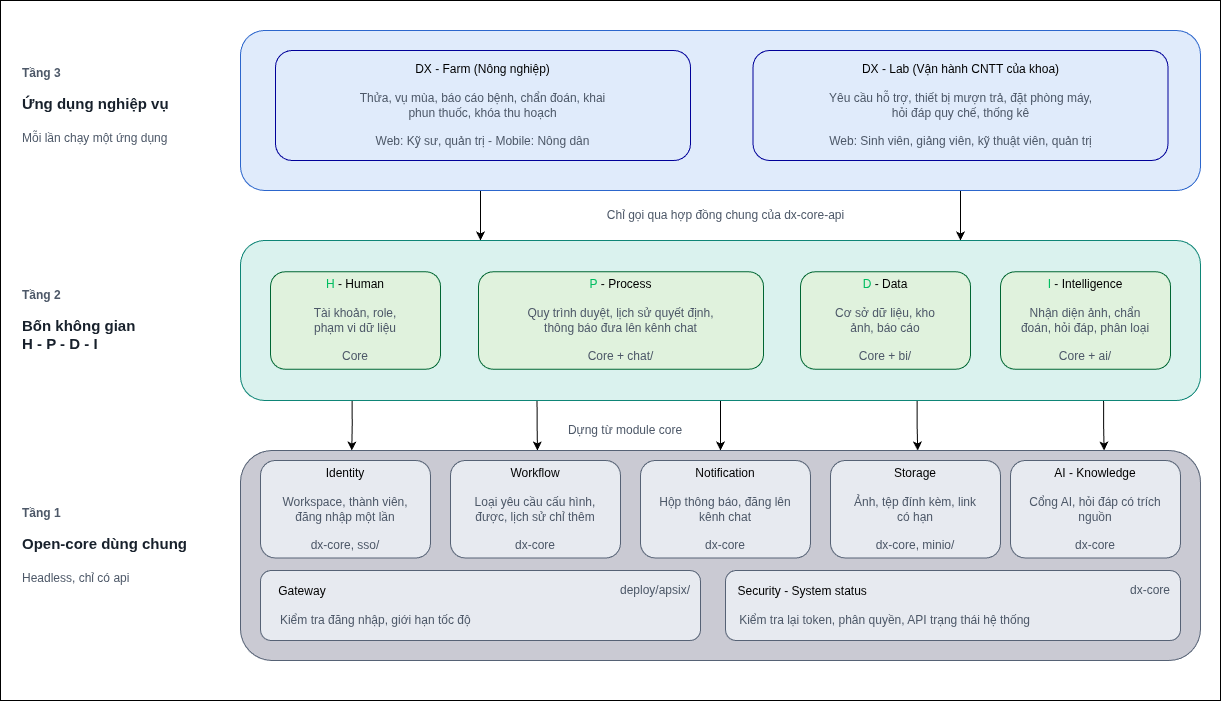
Before: docs/images/so_do_3_tang.png, a diagram exported from draw.io (HaUI-ImplSolution/DX-OS). Source tidied: cells renumbered, new cells last; positions are measured from the earlier drawing's top-left corner, leaving out a move shared by most shapes. Source of this version:
```xml
<mxGraphModel>
  <root>
    <mxCell id="0" />
    <mxCell id="1" parent="0" />
    <mxCell id="2" style="rounded=0;whiteSpace=wrap;html=1;" parent="1" vertex="1">
      <mxGeometry width="1220" height="700" as="geometry" />
    </mxCell>
    <mxCell id="3" style="edgeStyle=orthogonalEdgeStyle;rounded=0;jettySize=auto;html=1;entryX=0.25;entryY=0;entryDx=0;entryDy=0;exitX=0.25;exitY=1;exitDx=0;exitDy=0;" parent="1" edge="1" source="5" target="11">
      <mxGeometry relative="1" as="geometry" />
    </mxCell>
    <mxCell id="4" style="edgeStyle=orthogonalEdgeStyle;rounded=0;jettySize=auto;html=1;entryX=0.75;entryY=0;entryDx=0;entryDy=0;exitX=0.75;exitY=1;exitDx=0;exitDy=0;" parent="1" edge="1" source="5" target="11">
      <mxGeometry relative="1" as="geometry" />
    </mxCell>
    <mxCell id="5" style="rounded=1;whiteSpace=wrap;html=1;roundedPerimeter=1;fillColor=#E0EBFB;strokeColor=#2C66CC;" parent="1" vertex="1">
      <mxGeometry x="240" y="30" width="960" height="160" as="geometry" />
    </mxCell>
    <mxCell id="6" style="edgeStyle=orthogonalEdgeStyle;rounded=0;jettySize=auto;html=1;entryX=0.119;entryY=0.004;entryDx=0;entryDy=0;exitX=0.114;exitY=1.003;exitDx=0;exitDy=0;" parent="1" edge="1" source="11" target="12">
      <mxGeometry relative="1" as="geometry" />
    </mxCell>
    <mxCell id="7" style="edgeStyle=orthogonalEdgeStyle;rounded=0;jettySize=auto;html=1;entryX=0.312;entryY=0.007;entryDx=0;entryDy=0;exitX=0.307;exitY=1.005;exitDx=0;exitDy=0;" parent="1" edge="1" source="11" target="12">
      <mxGeometry relative="1" as="geometry" />
    </mxCell>
    <mxCell id="8" style="edgeStyle=orthogonalEdgeStyle;rounded=0;jettySize=auto;html=1;entryX=0.5;entryY=0;entryDx=0;entryDy=0;" parent="1" edge="1" source="11" target="12">
      <mxGeometry relative="1" as="geometry" />
    </mxCell>
    <mxCell id="9" style="edgeStyle=orthogonalEdgeStyle;rounded=0;jettySize=auto;html=1;entryX=0.705;entryY=0.001;entryDx=0;entryDy=0;exitX=0.706;exitY=1.003;exitDx=0;exitDy=0;" parent="1" edge="1" source="11" target="12">
      <mxGeometry relative="1" as="geometry" />
    </mxCell>
    <mxCell id="10" style="edgeStyle=orthogonalEdgeStyle;rounded=0;jettySize=auto;html=1;entryX=0.898;entryY=0.002;entryDx=0;entryDy=0;exitX=0.907;exitY=1.01;exitDx=0;exitDy=0;" parent="1" edge="1" source="11" target="12">
      <mxGeometry relative="1" as="geometry" />
    </mxCell>
    <mxCell id="11" style="rounded=1;whiteSpace=wrap;html=1;roundedPerimeter=1;fillColor=#DAF2EE;strokeColor=#0E8576;" parent="1" vertex="1">
      <mxGeometry x="240" y="240" width="960" height="160" as="geometry" />
    </mxCell>
    <mxCell id="12" style="rounded=1;whiteSpace=wrap;html=1;roundedPerimeter=1;fillColor=#CACAD3;strokeColor=#566275;" parent="1" vertex="1">
      <mxGeometry x="240" y="450" width="960" height="210" as="geometry" />
    </mxCell>
    <mxCell id="13" value="DX - Farm (Nông nghiệp)&lt;br&gt;&lt;div&gt;&lt;br&gt;&lt;div&gt;&lt;font color=&quot;#4d5868&quot;&gt;Thửa, vụ mùa, báo cáo bệnh, chẩn đoán, khai&lt;/font&gt;&lt;/div&gt;&lt;/div&gt;&lt;div&gt;&lt;font color=&quot;#4d5868&quot;&gt;phun thuốc, khóa thu hoạch&lt;/font&gt;&lt;/div&gt;&lt;div&gt;&lt;font color=&quot;#4d5868&quot;&gt;&lt;br&gt;&lt;/font&gt;&lt;/div&gt;&lt;div&gt;&lt;font color=&quot;#4d5868&quot;&gt;Web: Kỹ sư, quản trị - Mobile: Nông dân&lt;/font&gt;&lt;/div&gt;" style="rounded=1;whiteSpace=wrap;html=1;roundedPerimeter=1;strokeColor=#000099;fillColor=#E0EBFB;" parent="1" vertex="1">
      <mxGeometry x="275" y="50" width="415" height="110" as="geometry" />
    </mxCell>
    <mxCell id="14" value="DX - Lab (Vận hành CNTT của khoa)&lt;br&gt;&lt;div&gt;&lt;br&gt;&lt;div&gt;&lt;font color=&quot;#4d5868&quot;&gt;Yêu cầu hỗ trợ, thiết bị mượn trả, đặt phòng máy,&lt;/font&gt;&lt;/div&gt;&lt;/div&gt;&lt;div&gt;&lt;font color=&quot;#4d5868&quot;&gt;hỏi đáp quy chế, thống kê&lt;/font&gt;&lt;/div&gt;&lt;div&gt;&lt;font color=&quot;#4d5868&quot;&gt;&lt;br&gt;&lt;/font&gt;&lt;/div&gt;&lt;div&gt;&lt;font color=&quot;#4d5868&quot;&gt;Web: Sinh viên, giảng viên, kỹ thuật viên, quản trị&lt;/font&gt;&lt;/div&gt;" style="rounded=1;whiteSpace=wrap;html=1;roundedPerimeter=1;strokeColor=#000099;fillColor=#E0EBFB;" parent="1" vertex="1">
      <mxGeometry x="752.5" y="50" width="415" height="110" as="geometry" />
    </mxCell>
    <mxCell id="15" value="&lt;span style=&quot;color: rgb(0, 189, 96);&quot;&gt;H &lt;/span&gt;- Human&lt;br&gt;&lt;div&gt;&lt;br&gt;&lt;div&gt;&lt;font color=&quot;#4d5868&quot;&gt;Tài khoản, role,&lt;/font&gt;&lt;/div&gt;&lt;/div&gt;&lt;div&gt;&lt;font color=&quot;#4d5868&quot;&gt;phạm vi dữ liệu&lt;/font&gt;&lt;/div&gt;&lt;div&gt;&lt;font color=&quot;#4d5868&quot;&gt;&lt;br&gt;&lt;/font&gt;&lt;/div&gt;&lt;div&gt;&lt;font color=&quot;#4d5868&quot;&gt;Core&lt;/font&gt;&lt;/div&gt;" style="rounded=1;whiteSpace=wrap;html=1;roundedPerimeter=1;strokeColor=#006633;fillColor=#E0F2DD;" parent="1" vertex="1">
      <mxGeometry x="270" y="271.2" width="170" height="97.5" as="geometry" />
    </mxCell>
    <mxCell id="16" value="&lt;span style=&quot;color: rgb(0, 189, 96);&quot;&gt;P&amp;nbsp;&lt;/span&gt;- Process&lt;br&gt;&lt;div&gt;&lt;br&gt;&lt;div&gt;&lt;font color=&quot;#4d5868&quot;&gt;Quy trình duyệt, lịch sử quyết định,&lt;/font&gt;&lt;/div&gt;&lt;/div&gt;&lt;div&gt;&lt;font color=&quot;#4d5868&quot;&gt;thông báo đưa lên kênh chat&lt;/font&gt;&lt;/div&gt;&lt;div&gt;&lt;font color=&quot;#4d5868&quot;&gt;&lt;br&gt;&lt;/font&gt;&lt;/div&gt;&lt;div&gt;&lt;font color=&quot;#4d5868&quot;&gt;Core + chat/&lt;/font&gt;&lt;/div&gt;" style="rounded=1;whiteSpace=wrap;html=1;roundedPerimeter=1;strokeColor=#006633;fillColor=#E0F2DD;" parent="1" vertex="1">
      <mxGeometry x="478" y="271.2" width="285" height="97.5" as="geometry" />
    </mxCell>
    <mxCell id="17" value="&lt;span style=&quot;color: rgb(0, 189, 96);&quot;&gt;D&amp;nbsp;&lt;/span&gt;- Data&lt;br&gt;&lt;div&gt;&lt;br&gt;&lt;div&gt;&lt;font color=&quot;#4d5868&quot;&gt;Cơ sở dữ liệu, kho&lt;/font&gt;&lt;/div&gt;&lt;/div&gt;&lt;div&gt;&lt;font color=&quot;#4d5868&quot;&gt;ảnh, báo cáo&lt;/font&gt;&lt;/div&gt;&lt;div&gt;&lt;font color=&quot;#4d5868&quot;&gt;&lt;br&gt;&lt;/font&gt;&lt;/div&gt;&lt;div&gt;&lt;font color=&quot;#4d5868&quot;&gt;Core + bi/&lt;/font&gt;&lt;/div&gt;" style="rounded=1;whiteSpace=wrap;html=1;roundedPerimeter=1;strokeColor=#006633;fillColor=#E0F2DD;" parent="1" vertex="1">
      <mxGeometry x="800" y="271.2" width="170" height="97.5" as="geometry" />
    </mxCell>
    <mxCell id="18" value="&lt;span style=&quot;color: rgb(0, 189, 96);&quot;&gt;I&amp;nbsp;&lt;/span&gt;- Intelligence&lt;br&gt;&lt;div&gt;&lt;br&gt;&lt;div&gt;&lt;font color=&quot;#4d5868&quot;&gt;Nhận diện ảnh, chẩn&lt;/font&gt;&lt;/div&gt;&lt;/div&gt;&lt;div&gt;&lt;font color=&quot;#4d5868&quot;&gt;đoán, hỏi đáp, phân loại&lt;/font&gt;&lt;/div&gt;&lt;div&gt;&lt;font color=&quot;#4d5868&quot;&gt;&lt;br&gt;&lt;/font&gt;&lt;/div&gt;&lt;div&gt;&lt;font color=&quot;#4d5868&quot;&gt;Core + ai/&lt;/font&gt;&lt;/div&gt;" style="rounded=1;whiteSpace=wrap;html=1;roundedPerimeter=1;strokeColor=#006633;fillColor=#E0F2DD;" parent="1" vertex="1">
      <mxGeometry x="1000" y="271.2" width="170" height="97.5" as="geometry" />
    </mxCell>
    <mxCell id="19" value="Identity&lt;div&gt;&lt;br&gt;&lt;div&gt;&lt;font color=&quot;#4d5868&quot;&gt;Workspace, thành viên,&lt;/font&gt;&lt;/div&gt;&lt;/div&gt;&lt;div&gt;&lt;font color=&quot;#4d5868&quot;&gt;đăng nhập một lần&lt;/font&gt;&lt;/div&gt;&lt;div&gt;&lt;font color=&quot;#4d5868&quot;&gt;&lt;br&gt;&lt;/font&gt;&lt;/div&gt;&lt;div&gt;&lt;font color=&quot;#4d5868&quot;&gt;dx-core, sso/&lt;/font&gt;&lt;/div&gt;" style="rounded=1;whiteSpace=wrap;html=1;roundedPerimeter=1;strokeColor=#566275;fillColor=#E7EAF0;" parent="1" vertex="1">
      <mxGeometry x="260" y="460" width="170" height="97.5" as="geometry" />
    </mxCell>
    <mxCell id="20" value="Workflow&lt;div&gt;&lt;br&gt;&lt;div&gt;&lt;font color=&quot;#4d5868&quot;&gt;Loại yêu cầu cấu hình,&lt;/font&gt;&lt;/div&gt;&lt;/div&gt;&lt;div&gt;&lt;font color=&quot;#4d5868&quot;&gt;được, lịch sử chỉ thêm&lt;/font&gt;&lt;/div&gt;&lt;div&gt;&lt;font color=&quot;#4d5868&quot;&gt;&lt;br&gt;&lt;/font&gt;&lt;/div&gt;&lt;div&gt;&lt;font color=&quot;#4d5868&quot;&gt;dx-core&lt;/font&gt;&lt;/div&gt;" style="rounded=1;whiteSpace=wrap;html=1;roundedPerimeter=1;strokeColor=#566275;fillColor=#E7EAF0;" parent="1" vertex="1">
      <mxGeometry x="450" y="460" width="170" height="97.5" as="geometry" />
    </mxCell>
    <mxCell id="21" value="Notification&lt;div&gt;&lt;br&gt;&lt;div&gt;&lt;font color=&quot;#4d5868&quot;&gt;Hộp thông báo, đăng lên&lt;/font&gt;&lt;/div&gt;&lt;/div&gt;&lt;div&gt;&lt;font color=&quot;#4d5868&quot;&gt;kênh chat&lt;/font&gt;&lt;/div&gt;&lt;div&gt;&lt;font color=&quot;#4d5868&quot;&gt;&lt;br&gt;&lt;/font&gt;&lt;/div&gt;&lt;div&gt;&lt;font color=&quot;#4d5868&quot;&gt;dx-core&lt;/font&gt;&lt;/div&gt;" style="rounded=1;whiteSpace=wrap;html=1;roundedPerimeter=1;strokeColor=#566275;fillColor=#E7EAF0;" parent="1" vertex="1">
      <mxGeometry x="640" y="460" width="170" height="97.5" as="geometry" />
    </mxCell>
    <mxCell id="22" value="Storage&lt;div&gt;&lt;br&gt;&lt;div&gt;&lt;font color=&quot;#4d5868&quot;&gt;Ảnh, tệp đính kèm, link&lt;/font&gt;&lt;/div&gt;&lt;/div&gt;&lt;div&gt;&lt;font color=&quot;#4d5868&quot;&gt;có hạn&lt;/font&gt;&lt;/div&gt;&lt;div&gt;&lt;font color=&quot;#4d5868&quot;&gt;&lt;br&gt;&lt;/font&gt;&lt;/div&gt;&lt;div&gt;&lt;font color=&quot;#4d5868&quot;&gt;dx-core, minio/&lt;/font&gt;&lt;/div&gt;" style="rounded=1;whiteSpace=wrap;html=1;roundedPerimeter=1;strokeColor=#566275;fillColor=#E7EAF0;" parent="1" vertex="1">
      <mxGeometry x="830" y="460" width="170" height="97.5" as="geometry" />
    </mxCell>
    <mxCell id="23" value="AI - Knowledge&lt;div&gt;&lt;br&gt;&lt;div&gt;&lt;font color=&quot;#4d5868&quot;&gt;Cổng AI, hỏi đáp có trích&lt;/font&gt;&lt;/div&gt;&lt;/div&gt;&lt;div&gt;&lt;font color=&quot;#4d5868&quot;&gt;nguồn&lt;/font&gt;&lt;/div&gt;&lt;div&gt;&lt;font color=&quot;#4d5868&quot;&gt;&lt;br&gt;&lt;/font&gt;&lt;/div&gt;&lt;div&gt;&lt;font color=&quot;#4d5868&quot;&gt;dx-core&lt;/font&gt;&lt;/div&gt;" style="rounded=1;whiteSpace=wrap;html=1;roundedPerimeter=1;strokeColor=#566275;fillColor=#E7EAF0;" parent="1" vertex="1">
      <mxGeometry x="1010" y="460" width="170" height="97.5" as="geometry" />
    </mxCell>
    <mxCell id="24" value="Gateway&amp;nbsp; &amp;nbsp; &amp;nbsp; &amp;nbsp; &amp;nbsp; &amp;nbsp; &amp;nbsp; &amp;nbsp; &amp;nbsp; &lt;span style=&quot;white-space: pre;&quot;&gt;&#9;&lt;/span&gt;&lt;span style=&quot;white-space: pre;&quot;&gt;&#9;&lt;/span&gt;&lt;span style=&quot;white-space: pre;&quot;&gt;&#9;&lt;/span&gt;&lt;span style=&quot;white-space: pre;&quot;&gt;&#9;&lt;/span&gt;&lt;span style=&quot;white-space: pre;&quot;&gt;&#9;&lt;/span&gt;&lt;span style=&quot;white-space: pre;&quot;&gt;&#9;&lt;/span&gt;&lt;span style=&quot;white-space: pre;&quot;&gt;&#9;&lt;/span&gt;&lt;span style=&quot;white-space: pre;&quot;&gt;&#9;&lt;/span&gt;&amp;nbsp; &amp;nbsp; &amp;nbsp; &amp;nbsp; &amp;nbsp; &amp;nbsp; &amp;nbsp; &amp;nbsp; &amp;nbsp; &amp;nbsp; &amp;nbsp; &amp;nbsp; &amp;nbsp;&lt;div&gt;&lt;br&gt;&lt;div&gt;&lt;font color=&quot;#4d5868&quot;&gt;Kiểm tra đăng nhập, giới hạn tốc độ&lt;span style=&quot;white-space: pre;&quot;&gt;&#9;&lt;/span&gt;&lt;span style=&quot;white-space: pre;&quot;&gt;&#9;&lt;/span&gt;&lt;span style=&quot;white-space: pre;&quot;&gt;&#9;&lt;/span&gt;&lt;span style=&quot;white-space: pre;&quot;&gt;&#9;&lt;/span&gt;&lt;span style=&quot;white-space: pre;&quot;&gt;&#9;&lt;/span&gt;&lt;span style=&quot;white-space: pre;&quot;&gt;&#9;&lt;/span&gt;&lt;span style=&quot;white-space: pre;&quot;&gt;&#9;&lt;/span&gt;&lt;span style=&quot;white-space: pre;&quot;&gt;&#9;&lt;/span&gt;&lt;/font&gt;&lt;/div&gt;&lt;/div&gt;" style="rounded=1;whiteSpace=wrap;html=1;roundedPerimeter=1;strokeColor=#566275;fillColor=#E7EAF0;" parent="1" vertex="1">
      <mxGeometry x="260" y="570" width="440" height="70" as="geometry" />
    </mxCell>
    <mxCell id="25" value="&amp;nbsp; &amp;nbsp;Security - System status&amp;nbsp; &amp;nbsp; &amp;nbsp;&amp;nbsp;&lt;span style=&quot;white-space: pre;&quot;&gt;&#9;&lt;/span&gt;&lt;span style=&quot;white-space: pre;&quot;&gt;&#9;&lt;/span&gt;&lt;span style=&quot;white-space: pre;&quot;&gt;&#9;&lt;/span&gt;&lt;span style=&quot;white-space: pre;&quot;&gt;&#9;&amp;nbsp;       &#9;&lt;/span&gt;&lt;span style=&quot;white-space: pre;&quot;&gt;&#9;&lt;/span&gt;&lt;span style=&quot;white-space: pre;&quot;&gt;&#9;&lt;/span&gt;&lt;span style=&quot;white-space: pre;&quot;&gt;&#9;&lt;/span&gt;&amp;nbsp; &amp;nbsp; &amp;nbsp; &amp;nbsp; &amp;nbsp; &amp;nbsp; &amp;nbsp; &amp;nbsp;&lt;div&gt;&lt;br&gt;&lt;div&gt;&lt;font color=&quot;#4d5868&quot;&gt;Kiểm tra lại token, phân quyền, API trạng thái hệ thống&lt;span style=&quot;white-space: pre;&quot;&gt;&#9;&lt;/span&gt;&lt;span style=&quot;white-space: pre;&quot;&gt;&#9;&lt;/span&gt;&lt;span style=&quot;white-space: pre;&quot;&gt;&#9;&lt;/span&gt;&lt;span style=&quot;white-space: pre;&quot;&gt;&#9;&lt;/span&gt;&lt;span style=&quot;white-space: pre;&quot;&gt;&#9;&lt;/span&gt;&lt;span style=&quot;white-space: pre;&quot;&gt;&#9;&lt;/span&gt;&lt;/font&gt;&lt;/div&gt;&lt;/div&gt;" style="rounded=1;whiteSpace=wrap;html=1;roundedPerimeter=1;strokeColor=#566275;fillColor=#E7EAF0;" parent="1" vertex="1">
      <mxGeometry x="725" y="570" width="455" height="70" as="geometry" />
    </mxCell>
    <mxCell id="26" value="&lt;span style=&quot;color: rgb(77, 88, 104);&quot;&gt;deploy/apsix/&lt;/span&gt;" style="text;html=1;whiteSpace=wrap;strokeColor=none;fillColor=none;align=center;verticalAlign=middle;rounded=0;" parent="1" vertex="1">
      <mxGeometry x="620" y="580" width="70" height="20" as="geometry" />
    </mxCell>
    <mxCell id="27" value="&lt;span style=&quot;color: rgb(77, 88, 104);&quot;&gt;dx-core&lt;/span&gt;" style="text;html=1;whiteSpace=wrap;strokeColor=none;fillColor=none;align=center;verticalAlign=middle;rounded=0;" parent="1" vertex="1">
      <mxGeometry x="1120" y="580" width="60" height="20" as="geometry" />
    </mxCell>
    <mxCell id="28" value="&lt;span style=&quot;color: rgb(77, 88, 104);&quot;&gt;Chỉ gọi qua hợp đồng chung của dx-core-api&lt;/span&gt;" style="text;html=1;whiteSpace=wrap;strokeColor=none;fillColor=none;align=center;verticalAlign=middle;rounded=0;" parent="1" vertex="1">
      <mxGeometry x="582.5" y="200" width="285" height="30" as="geometry" />
    </mxCell>
    <mxCell id="29" value="&lt;span style=&quot;color: rgb(77, 88, 104);&quot;&gt;Dựng từ module core&lt;/span&gt;" style="text;html=1;whiteSpace=wrap;strokeColor=none;fillColor=none;align=center;verticalAlign=middle;rounded=0;" parent="1" vertex="1">
      <mxGeometry x="560" y="410" width="130" height="40" as="geometry" />
    </mxCell>
    <mxCell id="30" value="&lt;span style=&quot;color: rgb(77, 88, 104);&quot;&gt;&lt;b&gt;Tầng 3&lt;/b&gt;&lt;/span&gt;&lt;div&gt;&lt;font color=&quot;#4d5868&quot;&gt;&lt;b&gt;&lt;br&gt;&lt;/b&gt;&lt;/font&gt;&lt;div&gt;&lt;div&gt;&lt;span style=&quot;color: rgb(23, 32, 43);&quot;&gt;&lt;b&gt;&lt;font style=&quot;font-size: 15px;&quot;&gt;Ứng dụng nghiệp vụ&lt;/font&gt;&lt;/b&gt;&lt;/span&gt;&lt;/div&gt;&lt;div&gt;&lt;span style=&quot;color: rgb(23, 32, 43);&quot;&gt;&lt;b&gt;&lt;font style=&quot;font-size: 15px;&quot;&gt;&lt;br&gt;&lt;/font&gt;&lt;/b&gt;&lt;/span&gt;&lt;/div&gt;&lt;div&gt;&lt;span style=&quot;color: rgb(77, 88, 104);&quot;&gt;Mỗi lần chạy một ứng dụng&lt;/span&gt;&lt;/div&gt;&lt;/div&gt;&lt;/div&gt;" style="text;html=1;whiteSpace=wrap;strokeColor=none;fillColor=none;align=left;verticalAlign=middle;rounded=0;" parent="1" vertex="1">
      <mxGeometry x="20" y="50" width="155" height="110" as="geometry" />
    </mxCell>
    <mxCell id="31" value="&lt;span style=&quot;color: rgb(77, 88, 104);&quot;&gt;&lt;b&gt;Tầng 2&lt;/b&gt;&lt;/span&gt;&lt;div&gt;&lt;font color=&quot;#4d5868&quot;&gt;&lt;b&gt;&lt;br&gt;&lt;/b&gt;&lt;/font&gt;&lt;div&gt;&lt;font color=&quot;#17202b&quot;&gt;&lt;span style=&quot;font-size: 15px;&quot;&gt;&lt;b&gt;Bốn không gian&lt;/b&gt;&lt;/span&gt;&lt;/font&gt;&lt;/div&gt;&lt;/div&gt;&lt;div&gt;&lt;font color=&quot;#17202b&quot;&gt;&lt;span style=&quot;font-size: 15px;&quot;&gt;&lt;b&gt;H - P - D - I&lt;/b&gt;&lt;/span&gt;&lt;/font&gt;&lt;/div&gt;" style="text;html=1;whiteSpace=wrap;strokeColor=none;fillColor=none;align=left;verticalAlign=middle;rounded=0;" parent="1" vertex="1">
      <mxGeometry x="20" y="265" width="155" height="110" as="geometry" />
    </mxCell>
    <mxCell id="32" value="&lt;span style=&quot;color: rgb(77, 88, 104);&quot;&gt;&lt;b&gt;Tầng 1&lt;/b&gt;&lt;/span&gt;&lt;div&gt;&lt;font color=&quot;#4d5868&quot;&gt;&lt;b&gt;&lt;br&gt;&lt;/b&gt;&lt;/font&gt;&lt;div&gt;&lt;div&gt;&lt;span style=&quot;color: rgb(23, 32, 43);&quot;&gt;&lt;b&gt;&lt;font style=&quot;font-size: 15px;&quot;&gt;Open-core dùng chung&lt;/font&gt;&lt;/b&gt;&lt;/span&gt;&lt;/div&gt;&lt;div&gt;&lt;span style=&quot;color: rgb(23, 32, 43);&quot;&gt;&lt;b&gt;&lt;font style=&quot;font-size: 15px;&quot;&gt;&lt;br&gt;&lt;/font&gt;&lt;/b&gt;&lt;/span&gt;&lt;/div&gt;&lt;div&gt;&lt;span style=&quot;color: rgb(77, 88, 104);&quot;&gt;Headless, chỉ có api&lt;/span&gt;&lt;/div&gt;&lt;/div&gt;&lt;/div&gt;" style="text;html=1;whiteSpace=wrap;strokeColor=none;fillColor=none;align=left;verticalAlign=middle;rounded=0;" parent="1" vertex="1">
      <mxGeometry x="20" y="490" width="170" height="110" as="geometry" />
    </mxCell>
  </root>
</mxGraphModel>
```
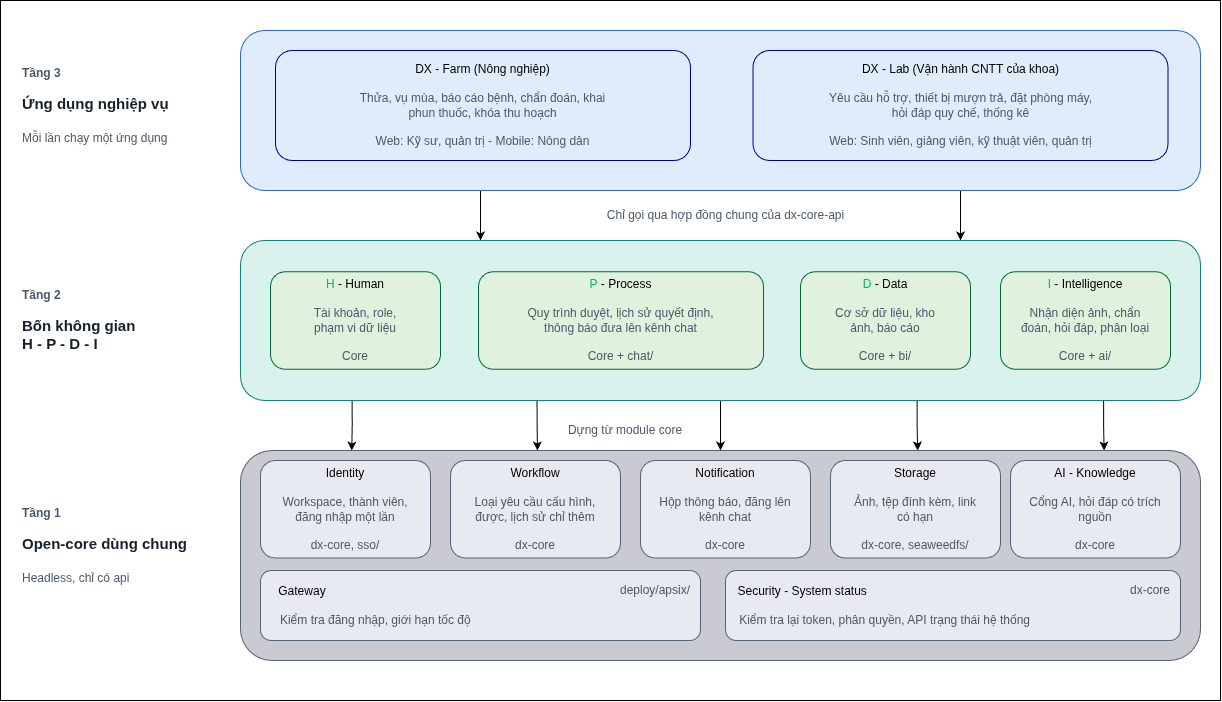
The same file after the commit.

Commit message:
docs: show SeaweedFS in the architecture diagrams

The storage box of the overview animation and the Storage module of the
three-tier diagram now name SeaweedFS and its seaweedfs/ directory.
The draw.io source embedded in the PNG is updated with the same text.

Change to the diagram source:
```diff
@@ -62,7 +62,7 @@
     <mxCell id="21" value="Notification&lt;div&gt;&lt;br&gt;&lt;div&gt;&lt;font color=&quot;#4d5868&quot;&gt;Hộp thông báo, đăng lên&lt;/font&gt;&lt;/div&gt;&lt;/div&gt;&lt;div&gt;&lt;font color=&quot;#4d5868&quot;&gt;kênh chat&lt;/font&gt;&lt;/div&gt;&lt;div&gt;&lt;font color=&quot;#4d5868&quot;&gt;&lt;br&gt;&lt;/font&gt;&lt;/div&gt;&lt;div&gt;&lt;font color=&quot;#4d5868&quot;&gt;dx-core&lt;/font&gt;&lt;/div&gt;" style="rounded=1;whiteSpace=wrap;html=1;roundedPerimeter=1;strokeColor=#566275;fillColor=#E7EAF0;" parent="1" vertex="1">
       <mxGeometry x="640" y="460" width="170" height="97.5" as="geometry" />
     </mxCell>
-    <mxCell id="22" value="Storage&lt;div&gt;&lt;br&gt;&lt;div&gt;&lt;font color=&quot;#4d5868&quot;&gt;Ảnh, tệp đính kèm, link&lt;/font&gt;&lt;/div&gt;&lt;/div&gt;&lt;div&gt;&lt;font color=&quot;#4d5868&quot;&gt;có hạn&lt;/font&gt;&lt;/div&gt;&lt;div&gt;&lt;font color=&quot;#4d5868&quot;&gt;&lt;br&gt;&lt;/font&gt;&lt;/div&gt;&lt;div&gt;&lt;font color=&quot;#4d5868&quot;&gt;dx-core, minio/&lt;/font&gt;&lt;/div&gt;" style="rounded=1;whiteSpace=wrap;html=1;roundedPerimeter=1;strokeColor=#566275;fillColor=#E7EAF0;" parent="1" vertex="1">
+    <mxCell id="22" value="Storage&lt;div&gt;&lt;br&gt;&lt;div&gt;&lt;font color=&quot;#4d5868&quot;&gt;Ảnh, tệp đính kèm, link&lt;/font&gt;&lt;/div&gt;&lt;/div&gt;&lt;div&gt;&lt;font color=&quot;#4d5868&quot;&gt;có hạn&lt;/font&gt;&lt;/div&gt;&lt;div&gt;&lt;font color=&quot;#4d5868&quot;&gt;&lt;br&gt;&lt;/font&gt;&lt;/div&gt;&lt;div&gt;&lt;font color=&quot;#4d5868&quot;&gt;dx-core, seaweedfs/&lt;/font&gt;&lt;/div&gt;" style="rounded=1;whiteSpace=wrap;html=1;roundedPerimeter=1;strokeColor=#566275;fillColor=#E7EAF0;" parent="1" vertex="1">
       <mxGeometry x="830" y="460" width="170" height="97.5" as="geometry" />
     </mxCell>
     <mxCell id="23" value="AI - Knowledge&lt;div&gt;&lt;br&gt;&lt;div&gt;&lt;font color=&quot;#4d5868&quot;&gt;Cổng AI, hỏi đáp có trích&lt;/font&gt;&lt;/div&gt;&lt;/div&gt;&lt;div&gt;&lt;font color=&quot;#4d5868&quot;&gt;nguồn&lt;/font&gt;&lt;/div&gt;&lt;div&gt;&lt;font color=&quot;#4d5868&quot;&gt;&lt;br&gt;&lt;/font&gt;&lt;/div&gt;&lt;div&gt;&lt;font color=&quot;#4d5868&quot;&gt;dx-core&lt;/font&gt;&lt;/div&gt;" style="rounded=1;whiteSpace=wrap;html=1;roundedPerimeter=1;strokeColor=#566275;fillColor=#E7EAF0;" parent="1" vertex="1">
```
